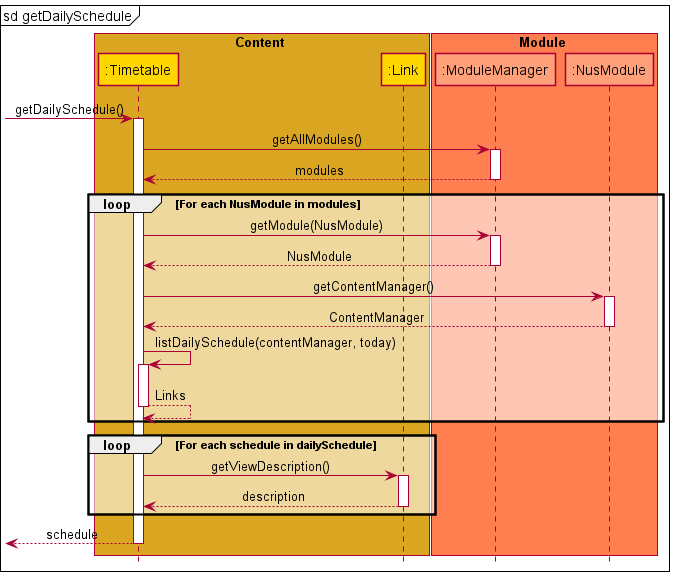
Earlier version of the PlantUML export docs/attachments/TimetableGetDailySchedule.png (nus-cs2113-AY2122S1/tp). Its diagram source:
```plantuml
@startuml

!include SequenceStyle.puml

mainframe sd getDailySchedule

box Content CONTENT_BOX_COLOR
participant ":Timetable" as Timetable CONTENT_COLOR
participant ":Link" as Link CONTENT_COLOR
endbox

box Module MODULE_BOX_COLOR
participant ":ModuleManager" as ModuleManager MODULE_COLOR
participant ":NusModule" as NusModule MODULE_COLOR
endbox

autoactivate on
 -> Timetable: getDailySchedule()

Timetable -> ModuleManager: getAllModules()
return modules

loop For each NusModule in modules
    Timetable -> ModuleManager: getModule(NusModule)
    return NusModule
    Timetable -> NusModule : getContentManager()
    return ContentManager
    Timetable -> Timetable: listDailySchedule(contentManager, today)
    return Links
end
loop For each schedule in dailySchedule
  Timetable -> Link: getViewDescription()
  return description
end

return schedule



@enduml
```
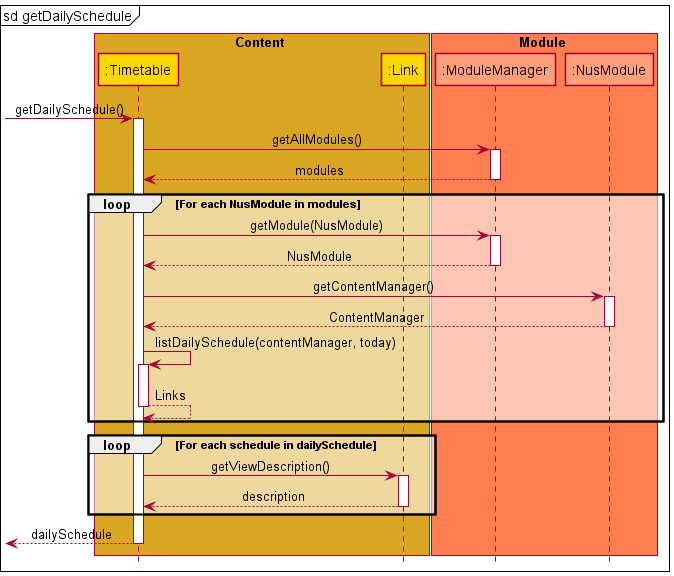
After the commit.

Commit message:
Update naming in sequence diagram

Change to the diagram source:
```diff
@@ -33,7 +33,7 @@
   return description
 end
 
-return schedule
+return dailySchedule
 
 
 
```
